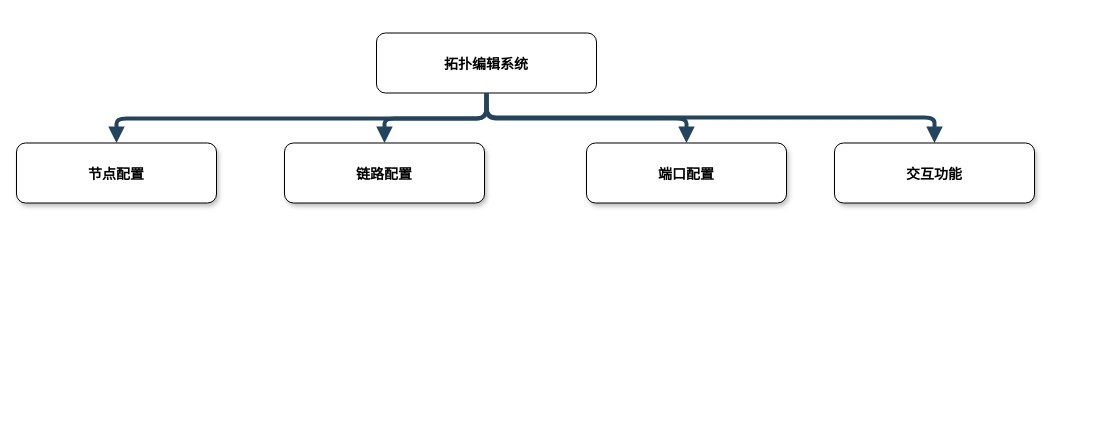
Before: 拓扑编辑图.drawio in lvxiansen/drawio, a draw.io diagram. Source tidied: cells renumbered, new cells numbered last; positions are measured from the earlier drawing's top-left corner, leaving out a move shared by most shapes. Both pictures are drawn from the tidied source at 100%, with x=0, y=0 at pixel (16, 33).
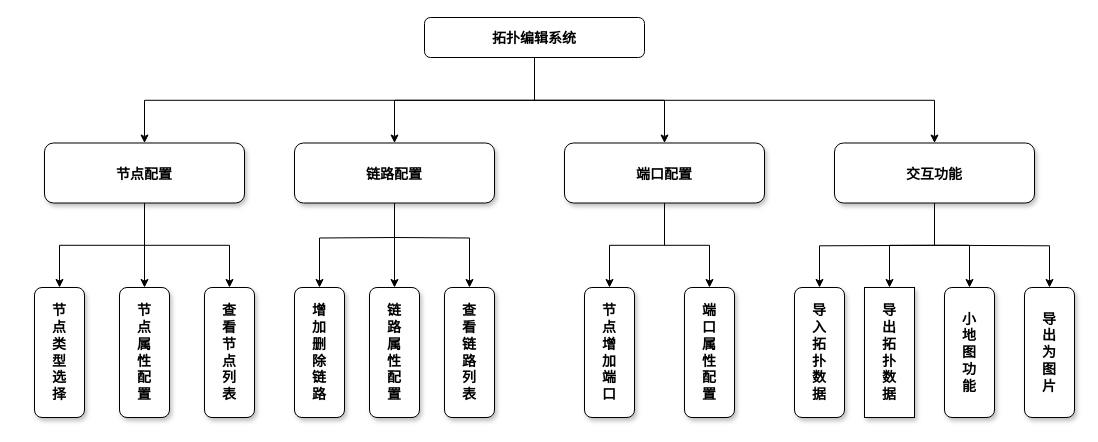
The same page after the edit.

Commit message (it also covers changes not shown here):
更新拓扑编辑图.drawio

What changed in the source:
```diff
@@
     <mxCell id="2" value="拓扑编辑系统" style="rounded=1;shadow=0;fontStyle=1;fontSize=14;" parent="1" vertex="1">
-      <mxGeometry x="360" y="-0.5" width="220" height="60" as="geometry" />
+      <mxGeometry x="408" y="-16" width="220" height="40" as="geometry" />
     </mxCell>
+    <mxCell id="11" style="edgeStyle=orthogonalEdgeStyle;rounded=0;jumpSize=1;jettySize=auto;html=1;strokeColor=default;startFill=1;endFill=1;" parent="1" edge="1" source="3" target="15">
+      <mxGeometry relative="1" as="geometry" />
+    </mxCell>
+    <mxCell id="12" style="edgeStyle=orthogonalEdgeStyle;rounded=0;jumpSize=1;jettySize=auto;html=1;strokeColor=default;startFill=1;endFill=1;entryX=0.5;entryY=0;entryDx=0;entryDy=0;" parent="1" edge="1" source="3" target="16">
+      <mxGeometry relative="1" as="geometry" />
+    </mxCell>
     <mxCell id="3" value="节点配置" style="rounded=1;shadow=1;fontStyle=1;fontSize=14;" parent="1" vertex="1">
-      <mxGeometry y="109.5" width="200" height="60" as="geometry" />
+      <mxGeometry x="28" y="109.5" width="200" height="60" as="geometry" />
     </mxCell>
     <mxCell id="4" value="链路配置" style="rounded=1;shadow=1;fontStyle=1;fontSize=14;" parent="1" vertex="1">
-      <mxGeometry x="268" y="109.5" width="200" height="60" as="geometry" />
+      <mxGeometry x="278" y="109.5" width="200" height="60" as="geometry" />
     </mxCell>
     <mxCell id="5" value="端口配置" style="rounded=1;shadow=1;fontStyle=1;fontSize=14;" parent="1" vertex="1">
-      <mxGeometry x="570" y="109.5" width="200" height="60" as="geometry" />
+      <mxGeometry x="548" y="109.5" width="200" height="60" as="geometry" />
     </mxCell>
+    <mxCell id="13" style="edgeStyle=orthogonalEdgeStyle;rounded=0;jumpSize=1;jettySize=auto;html=1;strokeColor=default;startFill=1;endFill=1;" parent="1" edge="1" source="10" target="31">
+      <mxGeometry relative="1" as="geometry" />
+    </mxCell>
+    <mxCell id="14" style="edgeStyle=orthogonalEdgeStyle;rounded=0;jumpSize=1;jettySize=auto;html=1;exitX=0.5;exitY=1;exitDx=0;exitDy=0;entryX=0.5;entryY=0;entryDx=0;entryDy=0;strokeColor=default;startFill=1;endFill=1;" parent="1" edge="1" source="10" target="34">
+      <mxGeometry relative="1" as="geometry" />
+    </mxCell>
+    <mxCell id="10" value="交互功能" style="rounded=1;shadow=1;fontStyle=1;fontSize=14;" parent="1" vertex="1">
+      <mxGeometry x="818" y="109.5" width="200" height="60" as="geometry" />
+    </mxCell>
+    <mxCell id="7" style="endArrow=classic;html=1;rounded=0;strokeColor=default;jumpSize=1;edgeStyle=orthogonalEdgeStyle;entryX=0.5;entryY=0;entryDx=0;entryDy=0;exitX=0.5;exitY=1;exitDx=0;exitDy=0;" parent="1" edge="1" source="2" target="3">
+      <mxGeometry relative="1" as="geometry" />
+    </mxCell>
-    <mxCell id="6" style="edgeStyle=elbowEdgeStyle;elbow=vertical;strokeWidth=4;endArrow=block;endFill=1;fontStyle=1;strokeColor=#23445D;" parent="1" edge="1" source="2" target="4">
-      <mxGeometry x="22" y="165.5" as="geometry" />
+    <mxCell id="6" style="endArrow=classic;html=1;rounded=0;strokeColor=default;jumpSize=1;entryX=0.5;entryY=0;entryDx=0;entryDy=0;exitX=0.5;exitY=1;exitDx=0;exitDy=0;edgeStyle=orthogonalEdgeStyle;" parent="1" edge="1" source="2" target="4">
+      <mxGeometry relative="1" as="geometry" />
     </mxCell>
-    <mxCell id="7" style="edgeStyle=elbowEdgeStyle;elbow=vertical;strokeWidth=4;endArrow=block;endFill=1;fontStyle=1;strokeColor=#23445D;" parent="1" edge="1" source="2" target="3">
-      <mxGeometry x="22" y="165.5" as="geometry" />
-    </mxCell>
-    <mxCell id="8" style="edgeStyle=elbowEdgeStyle;elbow=vertical;strokeWidth=4;endArrow=block;endFill=1;fontStyle=1;strokeColor=#23445D;" parent="1" edge="1" source="2" target="5">
-      <mxGeometry x="22" y="165.5" as="geometry" />
+    <mxCell id="8" style="endArrow=classic;html=1;rounded=0;strokeColor=default;jumpSize=1;edgeStyle=orthogonalEdgeStyle;entryX=0.5;entryY=0;entryDx=0;entryDy=0;exitX=0.5;exitY=1;exitDx=0;exitDy=0;" parent="1" edge="1" source="2" target="5">
+      <mxGeometry relative="1" as="geometry" />
     </mxCell>
-    <mxCell id="9" style="edgeStyle=elbowEdgeStyle;elbow=vertical;strokeWidth=4;endArrow=block;endFill=1;fontStyle=1;strokeColor=#23445D;exitX=0.5;exitY=1;exitDx=0;exitDy=0;" parent="1" edge="1" source="2" target="10">
-      <mxGeometry x="510" y="270" as="geometry">
-        <Array as="points">
-          <mxPoint x="918" y="84" />
-          <mxPoint x="1008" y="84" />
-        </Array>
-      </mxGeometry>
+    <mxCell id="9" style="endArrow=classic;html=1;rounded=0;strokeColor=default;jumpSize=1;entryX=0.5;entryY=0;entryDx=0;entryDy=0;exitX=0.5;exitY=1;exitDx=0;exitDy=0;edgeStyle=orthogonalEdgeStyle;" parent="1" edge="1" source="2" target="10">
+      <mxGeometry relative="1" as="geometry" />
     </mxCell>
-    <mxCell id="10" value="交互功能" style="rounded=1;shadow=1;fontStyle=1;fontSize=14;" parent="1" vertex="1">
-      <mxGeometry x="818" y="109.5" width="200" height="60" as="geometry" />
-    </mxCell>
+    <mxCell id="15" value="节&lt;br&gt;点&lt;br&gt;类&lt;br&gt;型&lt;br&gt;选&lt;br&gt;择" style="whiteSpace=wrap;html=1;fontSize=14;rounded=1;shadow=1;fontStyle=1;align=center;" parent="1" vertex="1">
+      <mxGeometry x="18" y="254" width="50" height="130" as="geometry" />
+    </mxCell>
+    <mxCell id="16" value="节&lt;br&gt;点&lt;br&gt;属&lt;br&gt;性&lt;br&gt;配&lt;br&gt;置" style="whiteSpace=wrap;html=1;fontSize=14;rounded=1;shadow=1;fontStyle=1;" parent="1" vertex="1">
+      <mxGeometry x="103" y="254" width="50" height="130" as="geometry" />
+    </mxCell>
+    <mxCell id="17" value="查&lt;br&gt;看&lt;br&gt;节&lt;br&gt;点&lt;br&gt;列&lt;br&gt;表" style="whiteSpace=wrap;html=1;fontSize=14;rounded=1;shadow=1;fontStyle=1;" parent="1" vertex="1">
+      <mxGeometry x="188" y="254" width="50" height="130" as="geometry" />
+    </mxCell>
+    <mxCell id="18" style="edgeStyle=orthogonalEdgeStyle;rounded=0;jumpSize=1;jettySize=auto;html=1;strokeColor=default;startFill=1;endFill=1;entryX=0.5;entryY=0;entryDx=0;entryDy=0;exitX=0.5;exitY=1;exitDx=0;exitDy=0;" parent="1" edge="1" source="3" target="17">
+      <mxGeometry relative="1" as="geometry" />
+    </mxCell>
+    <mxCell id="19" style="edgeStyle=orthogonalEdgeStyle;rounded=0;jumpSize=1;jettySize=auto;html=1;strokeColor=default;startFill=1;endFill=1;" parent="1" edge="1" target="21">
+      <mxGeometry relative="1" as="geometry">
+        <mxPoint x="378" y="204" as="sourcePoint" />
+      </mxGeometry>
+    </mxCell>
+    <mxCell id="20" style="edgeStyle=orthogonalEdgeStyle;rounded=0;jumpSize=1;jettySize=auto;html=1;strokeColor=default;startFill=1;endFill=1;entryX=0.5;entryY=0;entryDx=0;entryDy=0;exitX=0.5;exitY=1;exitDx=0;exitDy=0;" parent="1" edge="1" source="4" target="22">
+      <mxGeometry relative="1" as="geometry" />
+    </mxCell>
+    <mxCell id="21" value="增&lt;br&gt;加&lt;br&gt;删&lt;br&gt;除&lt;br&gt;链&lt;br&gt;路" style="whiteSpace=wrap;html=1;fontSize=14;rounded=1;shadow=1;fontStyle=1;align=center;" parent="1" vertex="1">
+      <mxGeometry x="278" y="254" width="50" height="130" as="geometry" />
+    </mxCell>
+    <mxCell id="22" value="链&lt;br&gt;路&lt;br&gt;属&lt;br&gt;性&lt;br&gt;配&lt;br&gt;置" style="whiteSpace=wrap;html=1;fontSize=14;rounded=1;shadow=1;fontStyle=1;" parent="1" vertex="1">
+      <mxGeometry x="353" y="254" width="50" height="130" as="geometry" />
+    </mxCell>
+    <mxCell id="23" value="查&lt;br&gt;看&lt;br&gt;链&lt;br&gt;路&lt;br&gt;列&lt;br&gt;表" style="whiteSpace=wrap;html=1;fontSize=14;rounded=1;shadow=1;fontStyle=1;" parent="1" vertex="1">
+      <mxGeometry x="428" y="254" width="50" height="130" as="geometry" />
+    </mxCell>
+    <mxCell id="24" style="edgeStyle=orthogonalEdgeStyle;rounded=0;jumpSize=1;jettySize=auto;html=1;strokeColor=default;startFill=1;endFill=1;entryX=0.5;entryY=0;entryDx=0;entryDy=0;exitX=0.5;exitY=1;exitDx=0;exitDy=0;" parent="1" edge="1" target="23">
+      <mxGeometry relative="1" as="geometry">
+        <mxPoint x="378" y="204" as="sourcePoint" />
+      </mxGeometry>
+    </mxCell>
+    <mxCell id="25" style="edgeStyle=orthogonalEdgeStyle;rounded=0;jumpSize=1;jettySize=auto;html=1;strokeColor=default;startFill=1;endFill=1;exitX=0.5;exitY=1;exitDx=0;exitDy=0;" parent="1" edge="1" source="5" target="27">
+      <mxGeometry relative="1" as="geometry" />
+    </mxCell>
+    <mxCell id="26" style="edgeStyle=orthogonalEdgeStyle;rounded=0;jumpSize=1;jettySize=auto;html=1;strokeColor=default;startFill=1;endFill=1;entryX=0.5;entryY=0;entryDx=0;entryDy=0;exitX=0.5;exitY=1;exitDx=0;exitDy=0;" parent="1" edge="1" source="5" target="28">
+      <mxGeometry relative="1" as="geometry" />
+    </mxCell>
+    <mxCell id="27" value="节&lt;br&gt;点&lt;br&gt;增&lt;br&gt;加&lt;br&gt;端&lt;br&gt;口" style="whiteSpace=wrap;html=1;fontSize=14;rounded=1;shadow=1;fontStyle=1;align=center;" parent="1" vertex="1">
+      <mxGeometry x="568" y="254" width="50" height="130" as="geometry" />
+    </mxCell>
+    <mxCell id="28" value="端&lt;br&gt;口&lt;br&gt;属&lt;br&gt;性&lt;br&gt;配&lt;br&gt;置" style="whiteSpace=wrap;html=1;fontSize=14;rounded=1;shadow=1;fontStyle=1;" parent="1" vertex="1">
+      <mxGeometry x="668" y="254" width="50" height="130" as="geometry" />
+    </mxCell>
+    <mxCell id="29" style="edgeStyle=orthogonalEdgeStyle;rounded=0;jumpSize=1;jettySize=auto;html=1;strokeColor=default;startFill=1;endFill=1;" parent="1" edge="1" target="30">
+      <mxGeometry relative="1" as="geometry">
+        <mxPoint x="928" y="211.8" as="sourcePoint" />
+      </mxGeometry>
+    </mxCell>
+    <mxCell id="30" value="导&lt;br&gt;入&lt;br&gt;拓&lt;br&gt;扑&lt;br&gt;数&lt;br&gt;据" style="whiteSpace=wrap;html=1;fontSize=14;rounded=1;shadow=1;fontStyle=1;align=center;" parent="1" vertex="1">
+      <mxGeometry x="778" y="254" width="50" height="130" as="geometry" />
+    </mxCell>
+    <mxCell id="31" value="导&lt;br&gt;出&lt;br&gt;拓&lt;br&gt;扑&lt;br&gt;数&lt;br&gt;据" style="whiteSpace=wrap;html=1;fontSize=14;rounded=1;shadow=1;fontStyle=1;arcSize=0;" parent="1" vertex="1">
+      <mxGeometry x="848" y="254" width="50" height="130" as="geometry" />
+    </mxCell>
+    <mxCell id="32" value="导&lt;br&gt;出&lt;br&gt;为&lt;br&gt;图&lt;br&gt;片" style="whiteSpace=wrap;html=1;fontSize=14;rounded=1;shadow=1;fontStyle=1;" parent="1" vertex="1">
+      <mxGeometry x="1008" y="254" width="50" height="130" as="geometry" />
+    </mxCell>
+    <mxCell id="33" style="edgeStyle=orthogonalEdgeStyle;rounded=0;jumpSize=1;jettySize=auto;html=1;strokeColor=default;startFill=1;endFill=1;entryX=0.5;entryY=0;entryDx=0;entryDy=0;exitX=0.5;exitY=1;exitDx=0;exitDy=0;" parent="1" edge="1" target="32">
+      <mxGeometry relative="1" as="geometry">
+        <mxPoint x="928" y="211.8" as="sourcePoint" />
+      </mxGeometry>
+    </mxCell>
+    <mxCell id="34" value="小&lt;br&gt;地&lt;br&gt;图&lt;br&gt;功&lt;br&gt;能" style="whiteSpace=wrap;html=1;fontSize=14;rounded=1;shadow=1;fontStyle=1;" parent="1" vertex="1">
+      <mxGeometry x="928" y="254" width="50" height="130" as="geometry" />
+    </mxCell>
```
